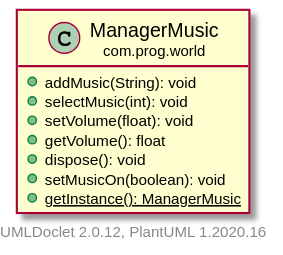
Before: core/build/docs/javadoc/uml/com/prog/world/ManagerMusic.svg, a diagram exported from PlantUML (Garma00/Evilian). Source of this version:
```plantuml
@startuml
    set namespaceSeparator none
    hide empty fields
    hide empty methods

    class "<size:14>ManagerMusic\n<size:10>com.prog.world" as com.prog.world.ManagerMusic [[..\..\..\..\com\prog\world\ManagerMusic.html]] {
        +addMusic(String): void
        +selectMusic(int): void
        +setVolume(float): void
        +getVolume(): float
        +dispose(): void
        +setMusicOn(boolean): void
        {static} +getInstance(): ManagerMusic
    }

    center footer UMLDoclet 2.0.12, PlantUML 1.2020.16
@enduml
```
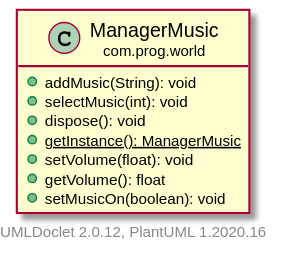
The same file after the commit.

The edit, as a diff of the source:
```diff
@@ -6,11 +6,11 @@
     class "<size:14>ManagerMusic\n<size:10>com.prog.world" as com.prog.world.ManagerMusic [[..\..\..\..\com\prog\world\ManagerMusic.html]] {
         +addMusic(String): void
         +selectMusic(int): void
+        +dispose(): void
+        {static} +getInstance(): ManagerMusic
         +setVolume(float): void
         +getVolume(): float
-        +dispose(): void
         +setMusicOn(boolean): void
-        {static} +getInstance(): ManagerMusic
     }
 
     center footer UMLDoclet 2.0.12, PlantUML 1.2020.16
```
